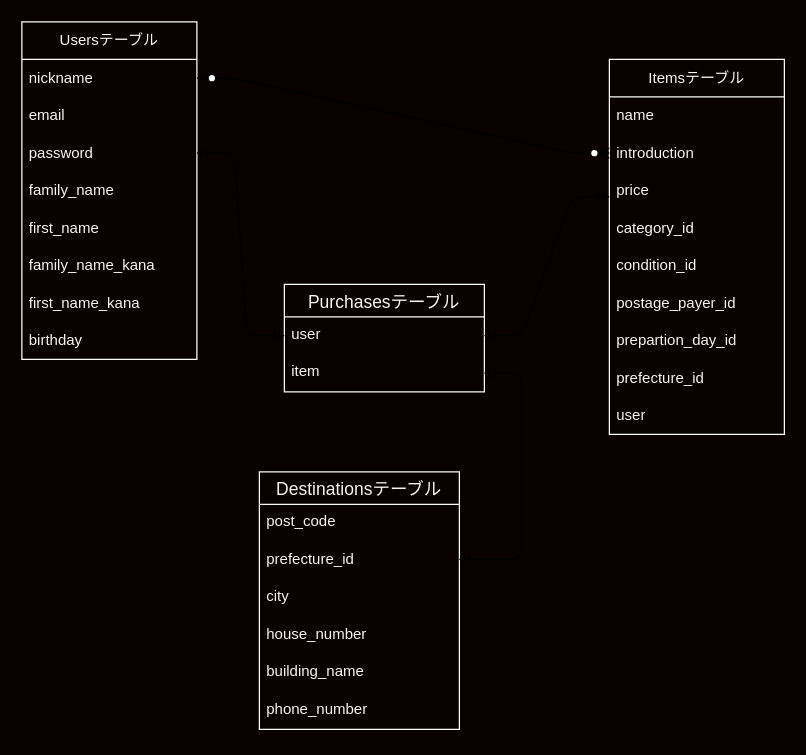
The draw.io diagram ER.dio in norifumi0129/furima-40023, before the edit. Source tidied: cells renumbered, new cells numbered last; positions are measured from the earlier drawing's top-left corner, leaving out a move shared by most shapes. Both pictures are drawn from the tidied source at 125%, with x=0, y=0 at pixel (21, 21).
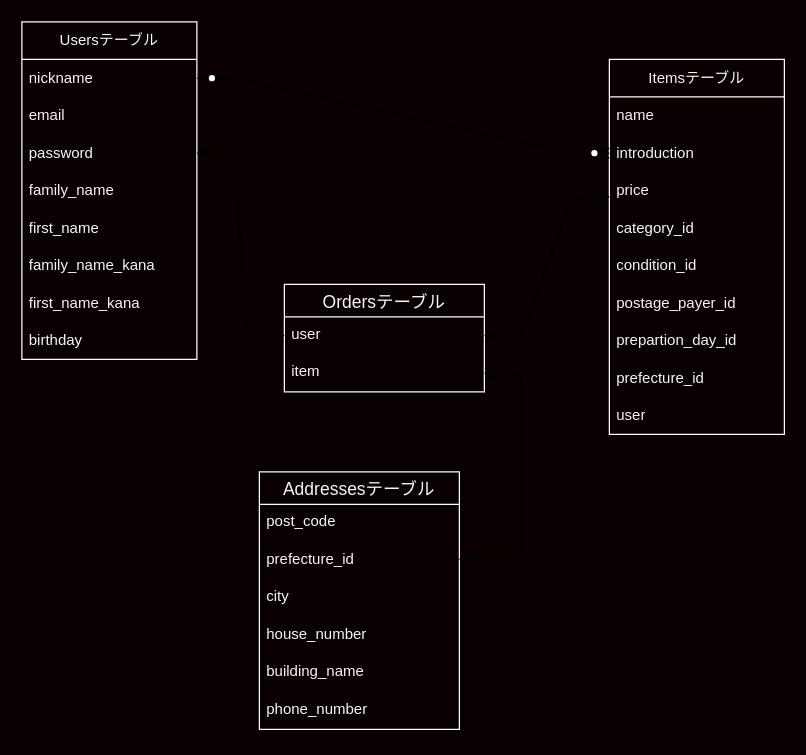
After the change.

Change to the diagram source:
```diff
@@
-    <mxCell id="22" value="Purchasesテーブル" style="swimlane;fontStyle=0;horizontal=1;startSize=26;align=center;fontSize=14;labelBackgroundColor=none;labelBorderColor=none;strokeColor=#fcfcfc;fontColor=#f9f5f5;fillColor=none;" parent="1" vertex="1">
+    <mxCell id="22" value="Ordersテーブル" style="swimlane;fontStyle=0;horizontal=1;startSize=26;align=center;fontSize=14;labelBackgroundColor=none;labelBorderColor=none;strokeColor=#fcfcfc;fontColor=#f9f5f5;fillColor=none;" parent="1" vertex="1">
       <mxGeometry x="210" y="210" width="160" height="86" as="geometry" />
     </mxCell>
@@
-    <mxCell id="26" value="Destinationsテーブル" style="swimlane;fontStyle=0;horizontal=1;startSize=26;align=center;fontSize=14;labelBackgroundColor=none;labelBorderColor=none;strokeColor=#fcfcfc;fontColor=#f9f5f5;fillColor=none;" parent="1" vertex="1">
+    <mxCell id="26" value="Addressesテーブル" style="swimlane;fontStyle=0;horizontal=1;startSize=26;align=center;fontSize=14;labelBackgroundColor=none;labelBorderColor=none;strokeColor=#fcfcfc;fontColor=#f9f5f5;fillColor=none;" parent="1" vertex="1">
       <mxGeometry x="190" y="360" width="160" height="206" as="geometry" />
     </mxCell>
```
